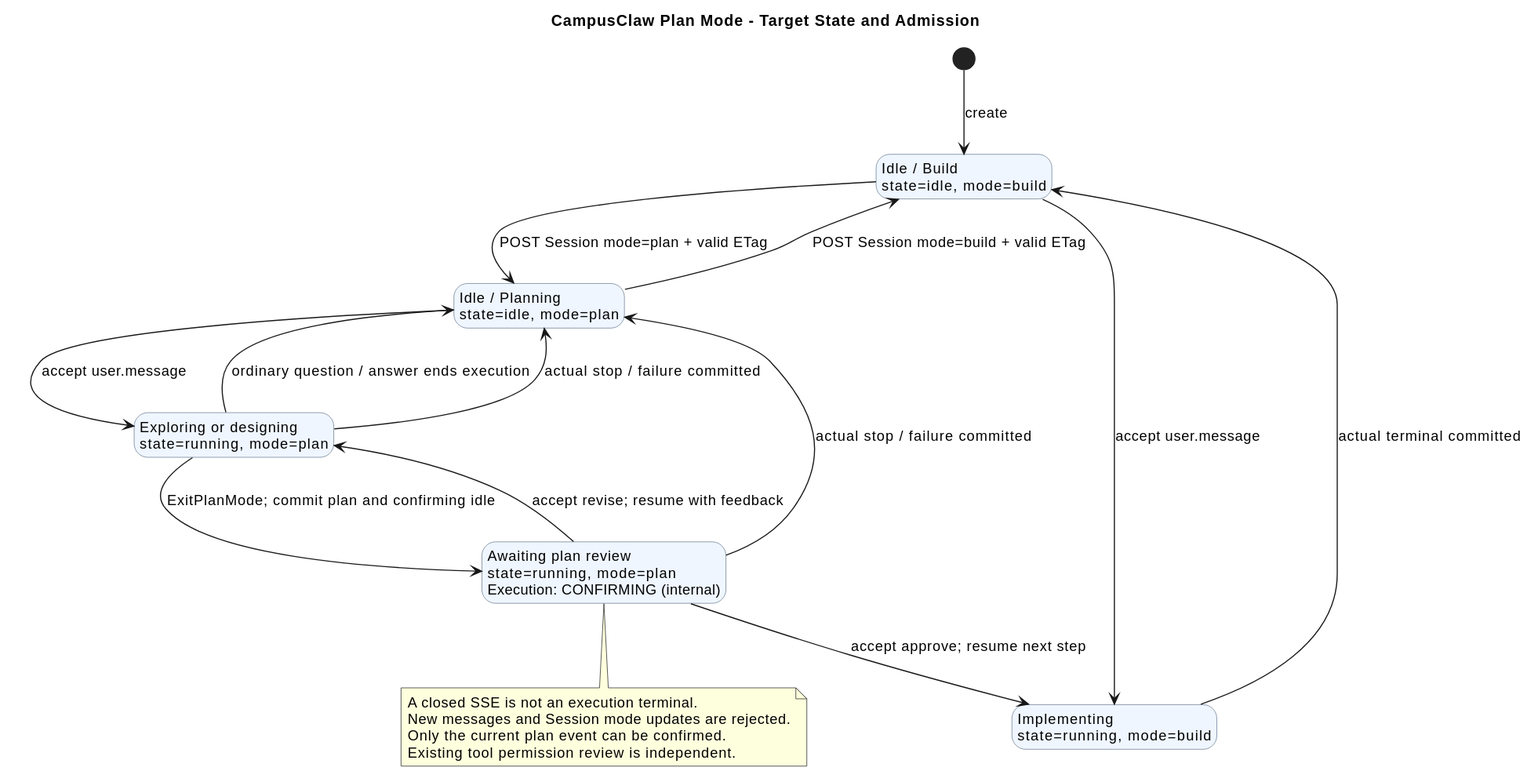
This is 01-总体架构/06-CampusClaw计划模式/plan_mode_state.svg from ssm0808/pi-mono-java-design, a PlantUML export, as it was before one commit. Source of this version:
```plantuml
@startuml
title CampusClaw Plan Mode - Target State and Admission
skinparam backgroundColor #FFFFFF
skinparam defaultFontName SansSerif
skinparam defaultFontSize 13
skinparam shadowing false
skinparam stateBackgroundColor #EFF6FF
skinparam stateBorderColor #64748B
hide empty description

state "Idle / Build\nstate=idle, mode=build" as Normal
state "Idle / Planning\nstate=idle, mode=plan" as PlanIdle
state "Exploring or designing\nstate=running, mode=plan" as Planning
state "Awaiting plan review\nstate=running, mode=plan\nExecution: CONFIRMING (internal)" as Reviewing
state "Implementing\nstate=running, mode=build" as Implementing

[*] --> Normal : create
Normal --> PlanIdle : POST Session mode=plan + valid ETag
PlanIdle --> Normal : POST Session mode=build + valid ETag
PlanIdle --> Planning : accept user.message
Planning --> PlanIdle : ordinary question / answer ends execution
Planning --> Reviewing : ExitPlanMode; commit plan and confirming idle
Reviewing --> Planning : accept revise; resume with feedback
Reviewing --> Implementing : accept approve; resume next step
Normal --> Implementing : accept user.message
Implementing --> Normal : actual terminal committed
Planning --> PlanIdle : actual stop / failure committed
Reviewing --> PlanIdle : actual stop / failure committed

note bottom of Reviewing
  A closed SSE is not an execution terminal.
  New messages and Session mode updates are rejected.
  Only the current plan event can be confirmed.
  Existing tool permission review is independent.
end note
@enduml
```
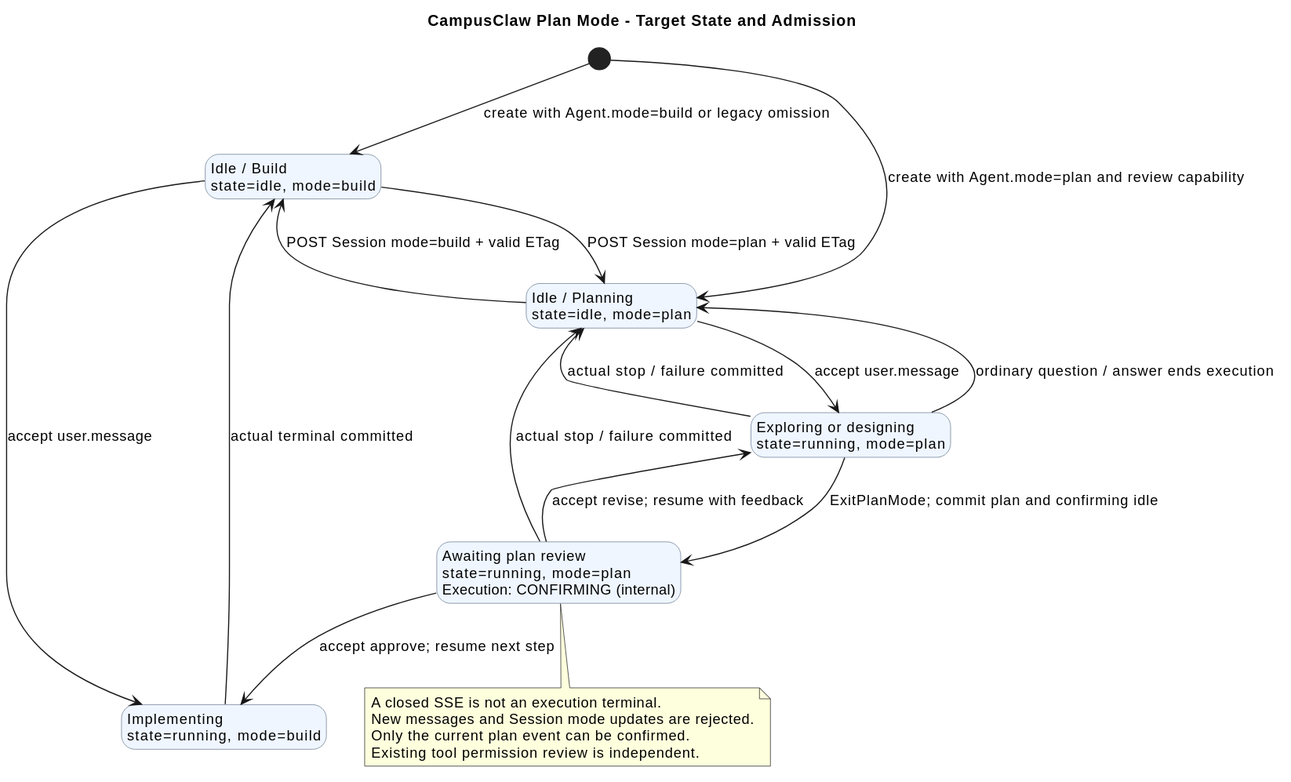
The same diagram one commit later.

Diff of the diagram source:
```diff
@@ -14,7 +14,8 @@
 state "Awaiting plan review\nstate=running, mode=plan\nExecution: CONFIRMING (internal)" as Reviewing
 state "Implementing\nstate=running, mode=build" as Implementing
 
-[*] --> Normal : create
+[*] --> Normal : create with Agent.mode=build or legacy omission
+[*] --> PlanIdle : create with Agent.mode=plan and review capability
 Normal --> PlanIdle : POST Session mode=plan + valid ETag
 PlanIdle --> Normal : POST Session mode=build + valid ETag
 PlanIdle --> Planning : accept user.message
```
